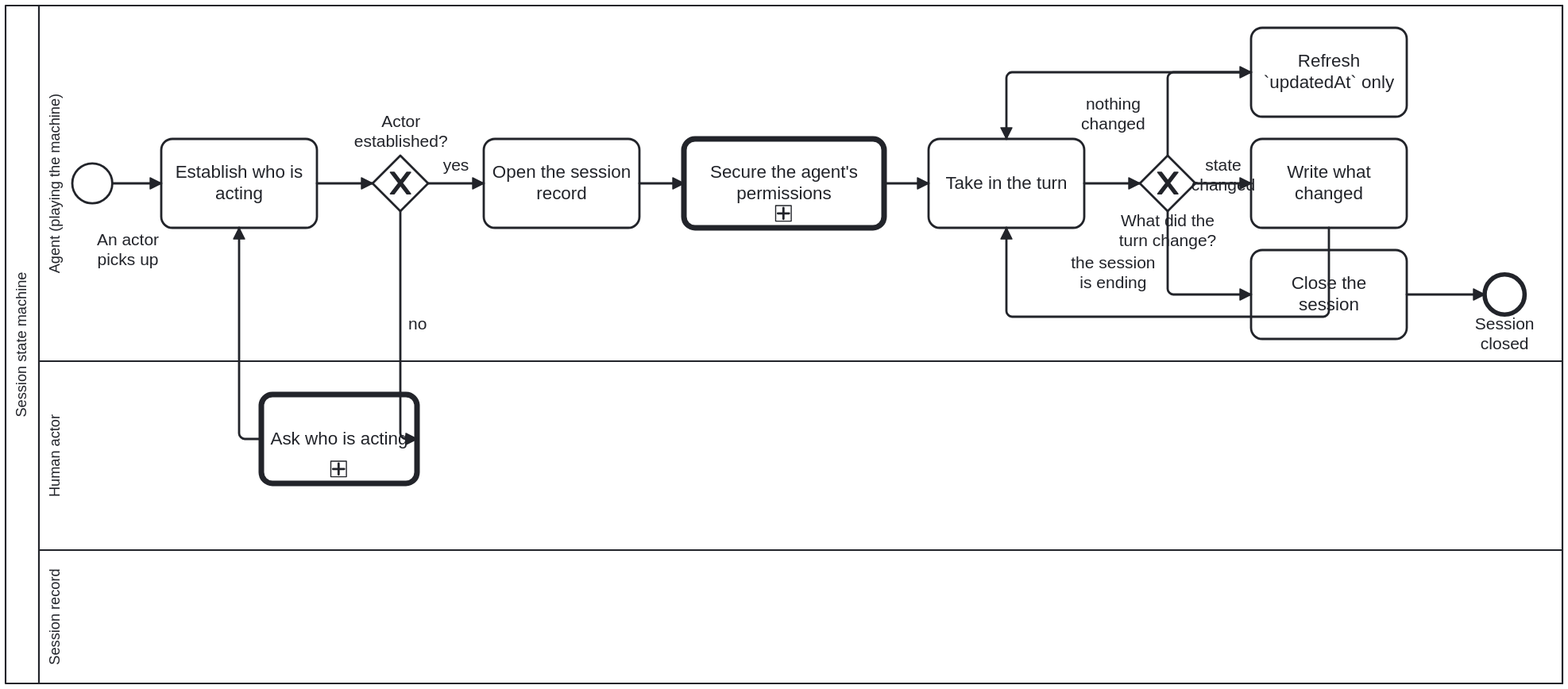
litlfred/cat-harness keeps this BPMN diagram as docs/assets/img/workflows/session-state-machine.svg. Above is the earlier version. Its source is kept beside it as processes/process/session-state-machine.bpmn. Ids are renumbered.
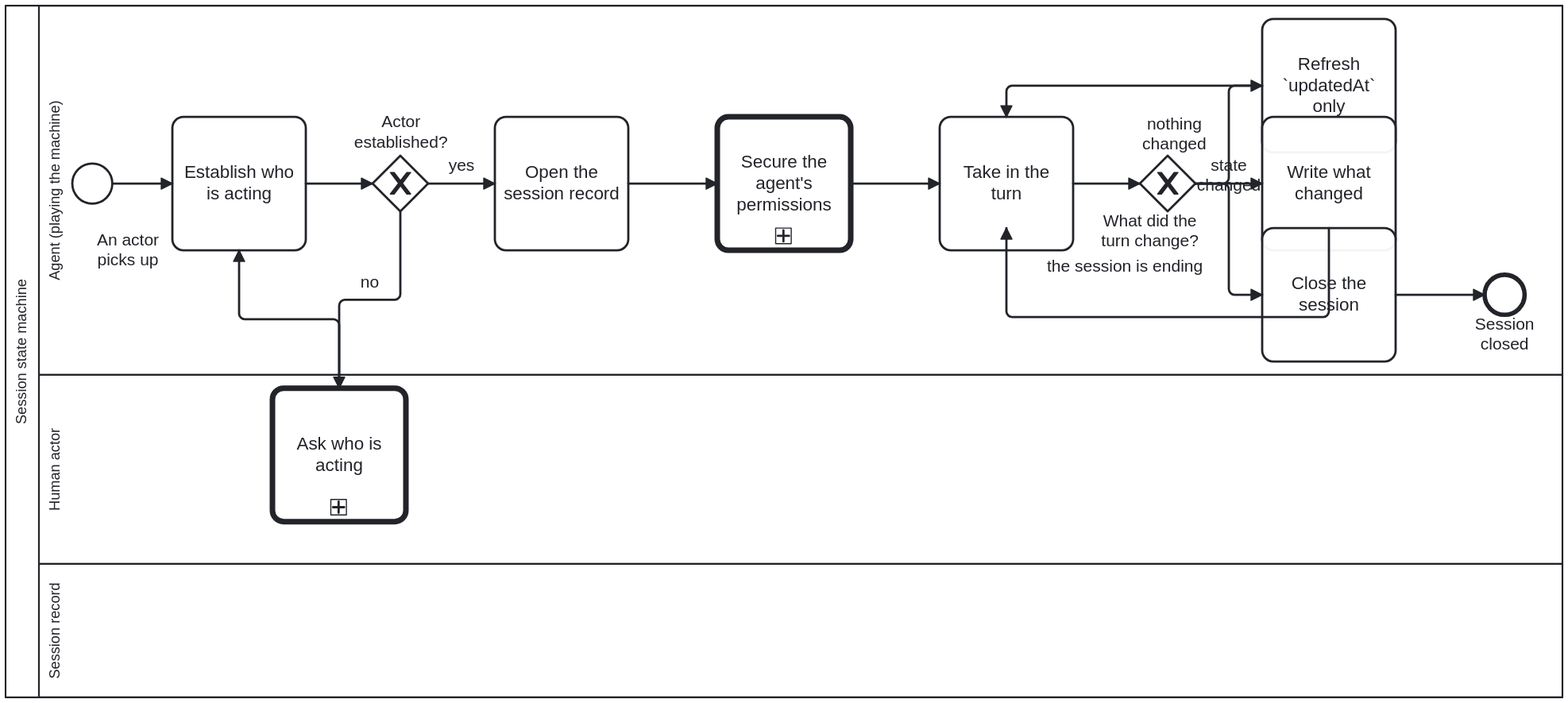
The same file after the commit.

Diff of the diagram source:
```diff
@@ -200,52 +200,53 @@
   <bpmndi:BPMNDiagram id="Diagram_SessionStateMachine">
     <bpmndi:BPMNPlane id="Plane_SessionStateMachine" bpmnElement="Collab_SessionStateMachine">
       <bpmndi:BPMNShape id="Shape_Participant_SessionStateMachine" bpmnElement="Participant_SessionStateMachine" isHorizontal="true">
-        <dc:Bounds x="160" y="80" width="1400" height="610" />
+        <dc:Bounds x="160" y="80" width="1400" height="622" />
       </bpmndi:BPMNShape>
       <bpmndi:BPMNShape id="Shape_Lane_Machine" bpmnElement="Lane_Machine" isHorizontal="true">
-        <dc:Bounds x="190" y="80" width="1370" height="320" />
+        <dc:Bounds x="190" y="80" width="1370" height="332" />
       </bpmndi:BPMNShape>
       <bpmndi:BPMNShape id="Shape_Lane_Human" bpmnElement="Lane_Human" isHorizontal="true">
-        <dc:Bounds x="190" y="400" width="1370" height="170" />
+        <dc:Bounds x="190" y="412" width="1370" height="170" />
       </bpmndi:BPMNShape>
       <bpmndi:BPMNShape id="Shape_Lane_Record" bpmnElement="Lane_Record" isHorizontal="true">
-        <dc:Bounds x="190" y="570" width="1370" height="120" />
+        <dc:Bounds x="190" y="582" width="1370" height="120" />
       </bpmndi:BPMNShape>
 
       <bpmndi:BPMNShape id="Shape_Start_Session" bpmnElement="Start_Session">
         <dc:Bounds x="220" y="222" width="36" height="36" />
-        <bpmndi:BPMNLabel><dc:Bounds x="225.01" y="281.5" width="90" height="36" /></bpmndi:BPMNLabel>
-      </bpmndi:BPMNShape>
+
+      <bpmndi:BPMNLabel><dc:Bounds x="225.01" y="281.5" width="90" height="36" /></bpmndi:BPMNLabel></bpmndi:BPMNShape>
       <bpmndi:BPMNShape id="Shape_A_IdentifyActor" bpmnElement="A_IdentifyActor">
-        <dc:Bounds x="300" y="200" width="140" height="80" />
+        <dc:Bounds x="310" y="180" width="120" height="120" />
       </bpmndi:BPMNShape>
       <bpmndi:BPMNShape id="Shape_Gateway_ActorKnown" bpmnElement="Gateway_ActorKnown" isMarkerVisible="true">
         <dc:Bounds x="490" y="215" width="50" height="50" />
 
       <bpmndi:BPMNLabel><dc:Bounds x="470" y="176" width="90" height="35" /></bpmndi:BPMNLabel></bpmndi:BPMNShape>
       <bpmndi:BPMNShape id="Shape_A_AskWhoIsActing" bpmnElement="A_AskWhoIsActing">
-        <dc:Bounds x="390" y="430" width="140" height="80" />
+        <dc:Bounds x="400" y="424" width="120" height="120" />
       </bpmndi:BPMNShape>
       <bpmndi:BPMNShape id="Shape_A_OpenSession" bpmnElement="A_OpenSession">
-        <dc:Bounds x="590" y="200" width="140" height="80" />
+        <dc:Bounds x="600" y="180" width="120" height="120" />
       </bpmndi:BPMNShape>
       <bpmndi:BPMNShape id="Shape_Call_SecurePermissions" bpmnElement="Call_SecurePermissions">
-        <dc:Bounds x="770" y="200" width="180" height="80" />
+        <dc:Bounds x="800" y="180" width="120" height="120" />
       </bpmndi:BPMNShape>
       <bpmndi:BPMNShape id="Shape_A_ReadTurn" bpmnElement="A_ReadTurn">
-        <dc:Bounds x="990" y="200" width="140" height="80" />
+        <dc:Bounds x="1000" y="180" width="120" height="120" />
       </bpmndi:BPMNShape>
       <bpmndi:BPMNShape id="Shape_Gateway_TurnEffect" bpmnElement="Gateway_TurnEffect" isMarkerVisible="true">
         <dc:Bounds x="1180" y="215" width="50" height="50" />
+        <bpmndi:BPMNLabel><dc:Bounds x="1144" y="264.5" width="90" height="36" /></bpmndi:BPMNLabel>
       </bpmndi:BPMNShape>
       <bpmndi:BPMNShape id="Shape_A_Touch" bpmnElement="A_Touch">
-        <dc:Bounds x="1280" y="100" width="140" height="80" />
+        <dc:Bounds x="1290" y="92" width="120" height="120" />
       </bpmndi:BPMNShape>
       <bpmndi:BPMNShape id="Shape_A_UpdateSession" bpmnElement="A_UpdateSession">
-        <dc:Bounds x="1280" y="200" width="140" height="80" />
+        <dc:Bounds x="1290" y="180" width="120" height="120" />
       </bpmndi:BPMNShape>
       <bpmndi:BPMNShape id="Shape_A_CloseSession" bpmnElement="A_CloseSession">
-        <dc:Bounds x="1280" y="300" width="140" height="80" />
+        <dc:Bounds x="1290" y="280" width="120" height="120" />
       </bpmndi:BPMNShape>
       <bpmndi:BPMNShape id="Shape_End_Session" bpmnElement="End_Session">
         <dc:Bounds x="1490" y="322" width="36" height="36" />
@@ -253,52 +254,55 @@
 
       <bpmndi:BPMNEdge id="Edge_F_1" bpmnElement="F_1">
         <di:waypoint x="256" y="240" />
-        <di:waypoint x="300" y="240" />
+        <di:waypoint x="310" y="240" />
       </bpmndi:BPMNEdge>
       <bpmndi:BPMNEdge id="Edge_F_2" bpmnElement="F_2">
-        <di:waypoint x="440" y="240" />
+        <di:waypoint x="430" y="240" />
         <di:waypoint x="490" y="240" />
       </bpmndi:BPMNEdge>
       <bpmndi:BPMNEdge id="Edge_F_3" bpmnElement="F_3">
         <di:waypoint x="515" y="265" />
-        <di:waypoint x="515" y="470" />
-        <di:waypoint x="530" y="470" />
+        <di:waypoint x="515" y="344.5" />
+        <di:waypoint x="460" y="344.5" />
+        <di:waypoint x="460" y="424" />
       </bpmndi:BPMNEdge>
       <bpmndi:BPMNEdge id="Edge_F_4" bpmnElement="F_4">
-        <di:waypoint x="390" y="470" />
-        <di:waypoint x="370" y="470" />
-        <di:waypoint x="370" y="280" />
+        <di:waypoint x="460" y="424" />
+        <di:waypoint x="460" y="362" />
+        <di:waypoint x="370" y="362" />
+        <di:waypoint x="370" y="300" />
       </bpmndi:BPMNEdge>
       <bpmndi:BPMNEdge id="Edge_F_5" bpmnElement="F_5">
         <di:waypoint x="540" y="240" />
-        <di:waypoint x="590" y="240" />
+        <di:waypoint x="600" y="240" />
       </bpmndi:BPMNEdge>
       <bpmndi:BPMNEdge id="Edge_F_6" bpmnElement="F_6">
-        <di:waypoint x="730" y="240" />
-        <di:waypoint x="770" y="240" />
+        <di:waypoint x="720" y="240" />
+        <di:waypoint x="800" y="240" />
       </bpmndi:BPMNEdge>
       <bpmndi:BPMNEdge id="Edge_F_6b" bpmnElement="F_6b">
-        <di:waypoint x="950" y="240" />
-        <di:waypoint x="990" y="240" />
+        <di:waypoint x="920" y="240" />
+        <di:waypoint x="1000" y="240" />
       </bpmndi:BPMNEdge>
       <bpmndi:BPMNEdge id="Edge_F_7" bpmnElement="F_7">
-        <di:waypoint x="1130" y="240" />
+        <di:waypoint x="1120" y="240" />
         <di:waypoint x="1180" y="240" />
       </bpmndi:BPMNEdge>
       <bpmndi:BPMNEdge id="Edge_F_8" bpmnElement="F_8">
-        <di:waypoint x="1205" y="215" />
-        <di:waypoint x="1205" y="140" />
-        <di:waypoint x="1280" y="140" />
-        <bpmndi:BPMNLabel><dc:Bounds x="1111" y="159.5" width="90" height="36" /></bpmndi:BPMNLabel>
+        <di:waypoint x="1230" y="240" />
+        <di:waypoint x="1260" y="240" />
+        <di:waypoint x="1260" y="152" />
+        <di:waypoint x="1290" y="152" />
+        <bpmndi:BPMNLabel><dc:Bounds x="1166" y="178" width="90" height="36" /></bpmndi:BPMNLabel>
       </bpmndi:BPMNEdge>
       <bpmndi:BPMNEdge id="Edge_F_9" bpmnElement="F_9">
-        <di:waypoint x="1280" y="140" />
-        <di:waypoint x="1060" y="140" />
-        <di:waypoint x="1060" y="200" />
+        <di:waypoint x="1290" y="152" />
+        <di:waypoint x="1060" y="152" />
+        <di:waypoint x="1060" y="180" />
       </bpmndi:BPMNEdge>
       <bpmndi:BPMNEdge id="Edge_F_10" bpmnElement="F_10">
         <di:waypoint x="1230" y="240" />
-        <di:waypoint x="1280" y="240" />
+        <di:waypoint x="1290" y="240" />
       </bpmndi:BPMNEdge>
       <bpmndi:BPMNEdge id="Edge_F_11" bpmnElement="F_11">
         <di:waypoint x="1350" y="280" />
@@ -307,13 +311,14 @@
         <di:waypoint x="1060" y="280" />
       </bpmndi:BPMNEdge>
       <bpmndi:BPMNEdge id="Edge_F_12" bpmnElement="F_12">
-        <di:waypoint x="1205" y="265" />
-        <di:waypoint x="1205" y="340" />
-        <di:waypoint x="1280" y="340" />
-        <bpmndi:BPMNLabel><dc:Bounds x="1111" y="303.25" width="90" height="36" /></bpmndi:BPMNLabel>
+        <di:waypoint x="1230" y="240" />
+        <di:waypoint x="1260" y="240" />
+        <di:waypoint x="1260" y="340" />
+        <di:waypoint x="1290" y="340" />
+        <bpmndi:BPMNLabel><dc:Bounds x="1076" y="306" width="180" height="18" /></bpmndi:BPMNLabel>
       </bpmndi:BPMNEdge>
       <bpmndi:BPMNEdge id="Edge_F_13" bpmnElement="F_13">
-        <di:waypoint x="1420" y="340" />
+        <di:waypoint x="1410" y="340" />
         <di:waypoint x="1490" y="340" />
       </bpmndi:BPMNEdge>
     </bpmndi:BPMNPlane>
```
